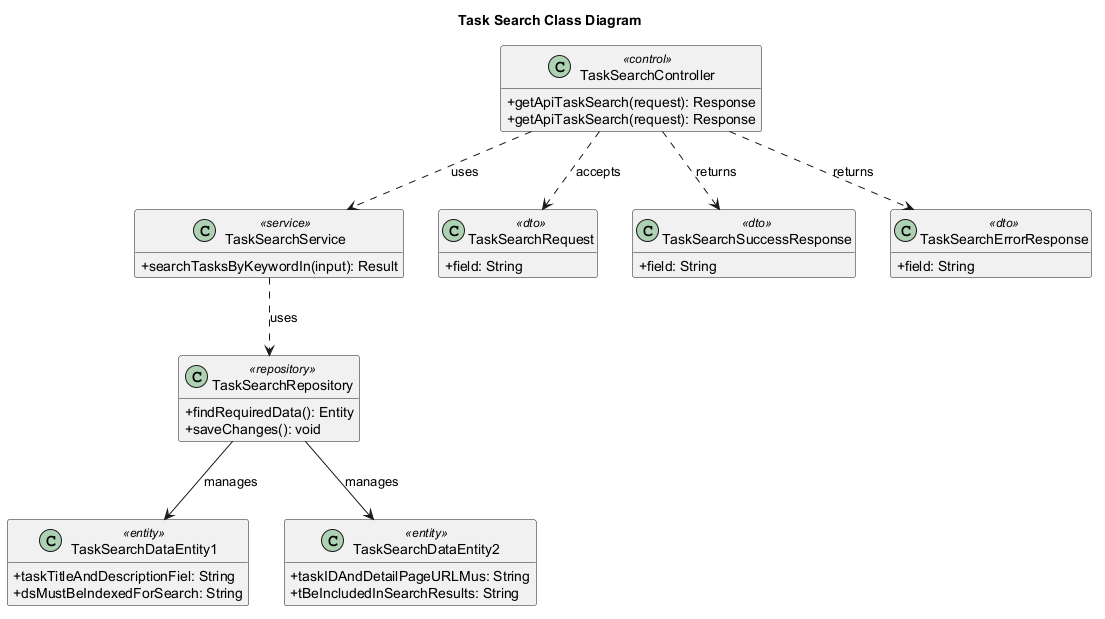
Dulneth210229/Auto-Forge-MAS keeps this PlantUML diagram as services/agentic_service/outputs/taskflow/feature-task-search/03_architecture/task_search_class_v1.png. Above is the earlier version.
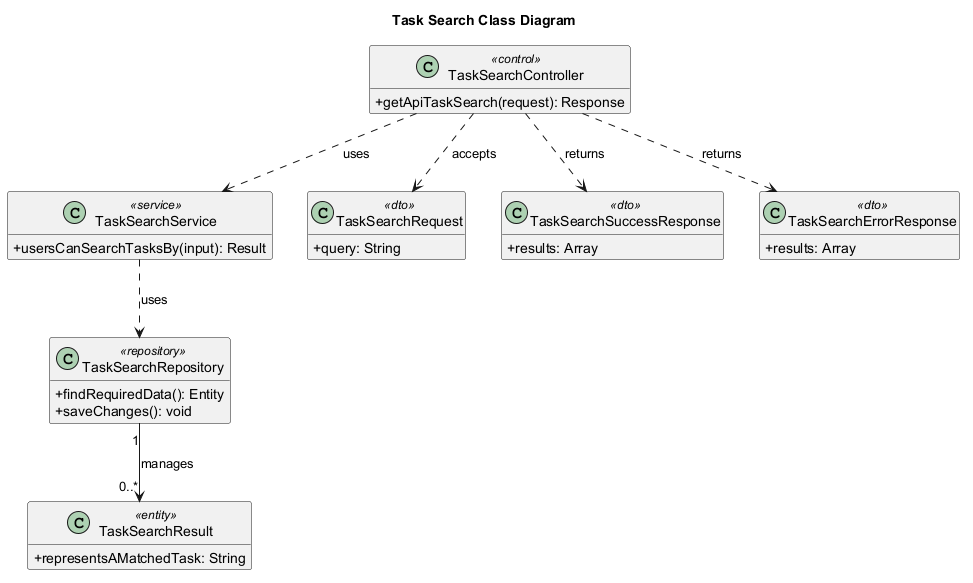
The same file after the commit.

Diff of the diagram source:
```diff
@@ -7,33 +7,26 @@
 
 class "TaskSearchController" as CLS_CONTROLLER <<control>> {
   +getApiTaskSearch(request): Response
-  +getApiTaskSearch(request): Response
 }
 
 class "TaskSearchService" as CLS_SERVICE <<service>> {
-  +searchTasksByKeywordIn(input): Result
+  +usersCanSearchTasksBy(input): Result
 }
 
 class "TaskSearchRequest" as CLS_REQUEST_001 <<dto>> {
-  +field: String
+  +query: String
 }
 
 class "TaskSearchSuccessResponse" as CLS_RESPONSE_001 <<dto>> {
-  +field: String
+  +results: Array
 }
 
 class "TaskSearchErrorResponse" as CLS_RESPONSE_002 <<dto>> {
-  +field: String
+  +results: Array
 }
 
-class "TaskSearchDataEntity1" as CLS_ENTITY_001 <<entity>> {
-  +taskTitleAndDescriptionFiel: String
-  +dsMustBeIndexedForSearch: String
-}
-
-class "TaskSearchDataEntity2" as CLS_ENTITY_002 <<entity>> {
-  +taskIDAndDetailPageURLMus: String
-  +tBeIncludedInSearchResults: String
+class "TaskSearchResult" as CLS_ENTITY_001 <<entity>> {
+  +representsAMatchedTask: String
 }
 
 class "TaskSearchRepository" as CLS_REPOSITORY <<repository>> {
@@ -46,7 +39,6 @@
 CLS_CONTROLLER ..> CLS_RESPONSE_001 : returns
 CLS_CONTROLLER ..> CLS_RESPONSE_002 : returns
 CLS_SERVICE ..> CLS_REPOSITORY : uses
-CLS_REPOSITORY --> CLS_ENTITY_001 : manages
-CLS_REPOSITORY --> CLS_ENTITY_002 : manages
+CLS_REPOSITORY "1" --> "0..*" CLS_ENTITY_001 : manages
 
 @enduml
```
